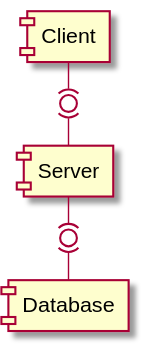
Above: out/classmodelling/program/debug1.svg in UNEsestudio/cosc220-sync-lectures (PlantUML), before the change.
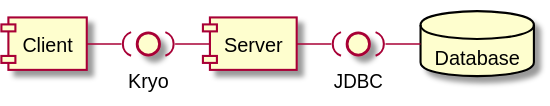
After the change.

The edit, as a diff of the source:
```diff
@@ -1,8 +1,17 @@
 @startuml debug1
 component Client
+
+interface Kryo
+
 component Server
-component Database
 
-Client -(0)- Server
-Server -(0)- Database
+interface JDBC
+
+database Database
+
+
+Client -( Kryo
+Kryo )- Server
+Server -( JDBC
+JDBC )- Database
 @enduml
```
